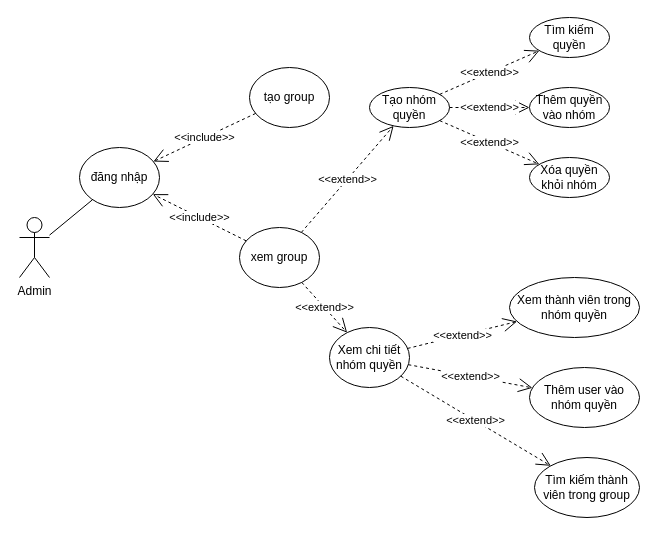
TranThanhHoang123/Blog keeps this draw.io diagram as BlogProject/BlogProject/PhanQuyenusecase.drawio. Above is the earlier version. Source tidied: cells renumbered, new cells numbered last; positions are measured from the earlier drawing's top-left corner, leaving out a move shared by most shapes. Both pictures are drawn from the tidied source at 100%, with x=0, y=0 at pixel (19, 17).
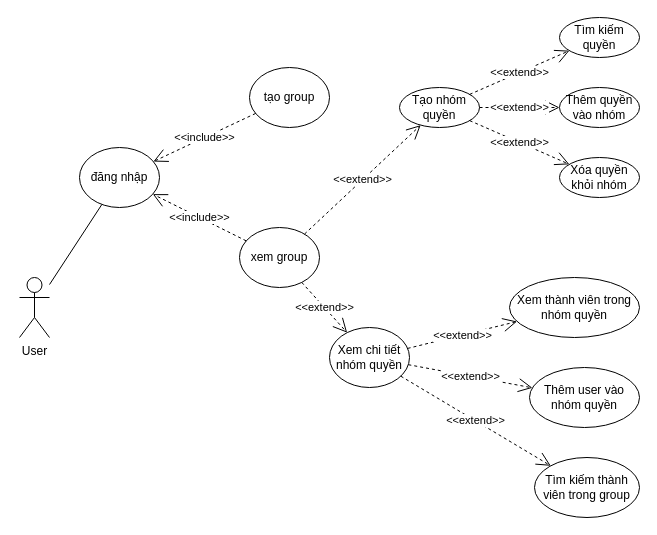
After the change.

Change to the diagram source:
```diff
@@
-    <mxCell id="2" value="Admin" style="shape=umlActor;verticalLabelPosition=bottom;verticalAlign=top;html=1;outlineConnect=0;" parent="1" vertex="1">
-      <mxGeometry y="200" width="30" height="60" as="geometry" />
+    <mxCell id="2" value="User" style="shape=umlActor;verticalLabelPosition=bottom;verticalAlign=top;html=1;outlineConnect=0;" parent="1" vertex="1">
+      <mxGeometry y="260" width="30" height="60" as="geometry" />
     </mxCell>
     <mxCell id="3" value="Tạo nhóm quyền" style="ellipse;whiteSpace=wrap;html=1;" parent="1" vertex="1">
-      <mxGeometry x="350" y="70" width="80" height="40" as="geometry" />
+      <mxGeometry x="380" y="70" width="80" height="40" as="geometry" />
     </mxCell>
@@
     <mxCell id="5" value="Thêm quyền vào nhóm" style="ellipse;whiteSpace=wrap;html=1;" parent="1" vertex="1">
-      <mxGeometry x="510" y="70" width="80" height="40" as="geometry" />
+      <mxGeometry x="540" y="70" width="80" height="40" as="geometry" />
     </mxCell>
@@
     <mxCell id="8" value="Xóa quyền khỏi nhóm" style="ellipse;whiteSpace=wrap;html=1;" parent="1" vertex="1">
-      <mxGeometry x="510" y="140" width="80" height="40" as="geometry" />
+      <mxGeometry x="540" y="140" width="80" height="40" as="geometry" />
     </mxCell>
@@
     <mxCell id="10" value="Tìm kiếm quyền" style="ellipse;whiteSpace=wrap;html=1;" parent="1" vertex="1">
-      <mxGeometry x="510" width="80" height="40" as="geometry" />
+      <mxGeometry x="540" width="80" height="40" as="geometry" />
     </mxCell>
```
